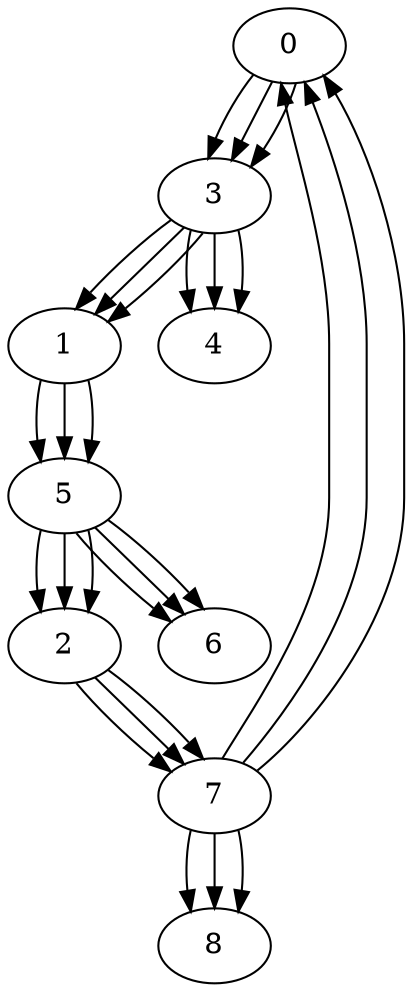
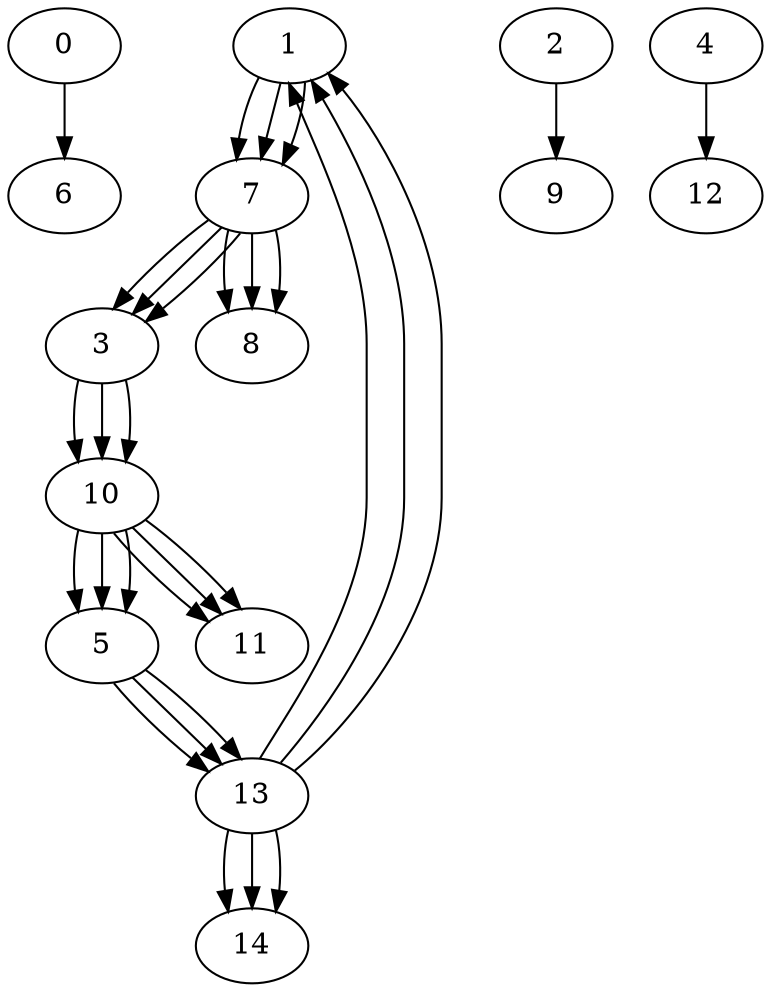
digraph ExecutionTrace {
-   "0" -> "3";
-   "0" -> "3";
-   "0" -> "3";
-   "3" -> "1";
-   "3" -> "4";
-   "3" -> "1";
-   "3" -> "4";
-   "3" -> "1";
-   "3" -> "4";
-   "1" -> "5";
-   "1" -> "5";
-   "1" -> "5";
-   "5" -> "2";
-   "5" -> "6";
-   "5" -> "2";
-   "5" -> "6";
-   "5" -> "2";
-   "5" -> "6";
-   "2" -> "7";
-   "2" -> "7";
-   "2" -> "7";
-   "7" -> "0";
+   "0" -> "6";
+   "1" -> "7";
+   "1" -> "7";
+   "1" -> "7";
+   "7" -> "3";
  "7" -> "8";
-   "7" -> "0";
+   "7" -> "3";
  "7" -> "8";
-   "7" -> "0";
+   "7" -> "3";
  "7" -> "8";
+   "3" -> "10";
+   "3" -> "10";
+   "3" -> "10";
+   "10" -> "5";
+   "10" -> "11";
+   "10" -> "5";
+   "10" -> "11";
+   "10" -> "5";
+   "10" -> "11";
+   "5" -> "13";
+   "5" -> "13";
+   "5" -> "13";
+   "13" -> "1";
+   "13" -> "14";
+   "13" -> "1";
+   "13" -> "14";
+   "13" -> "1";
+   "13" -> "14";
+   "2" -> "9";
+   "4" -> "12";
}
